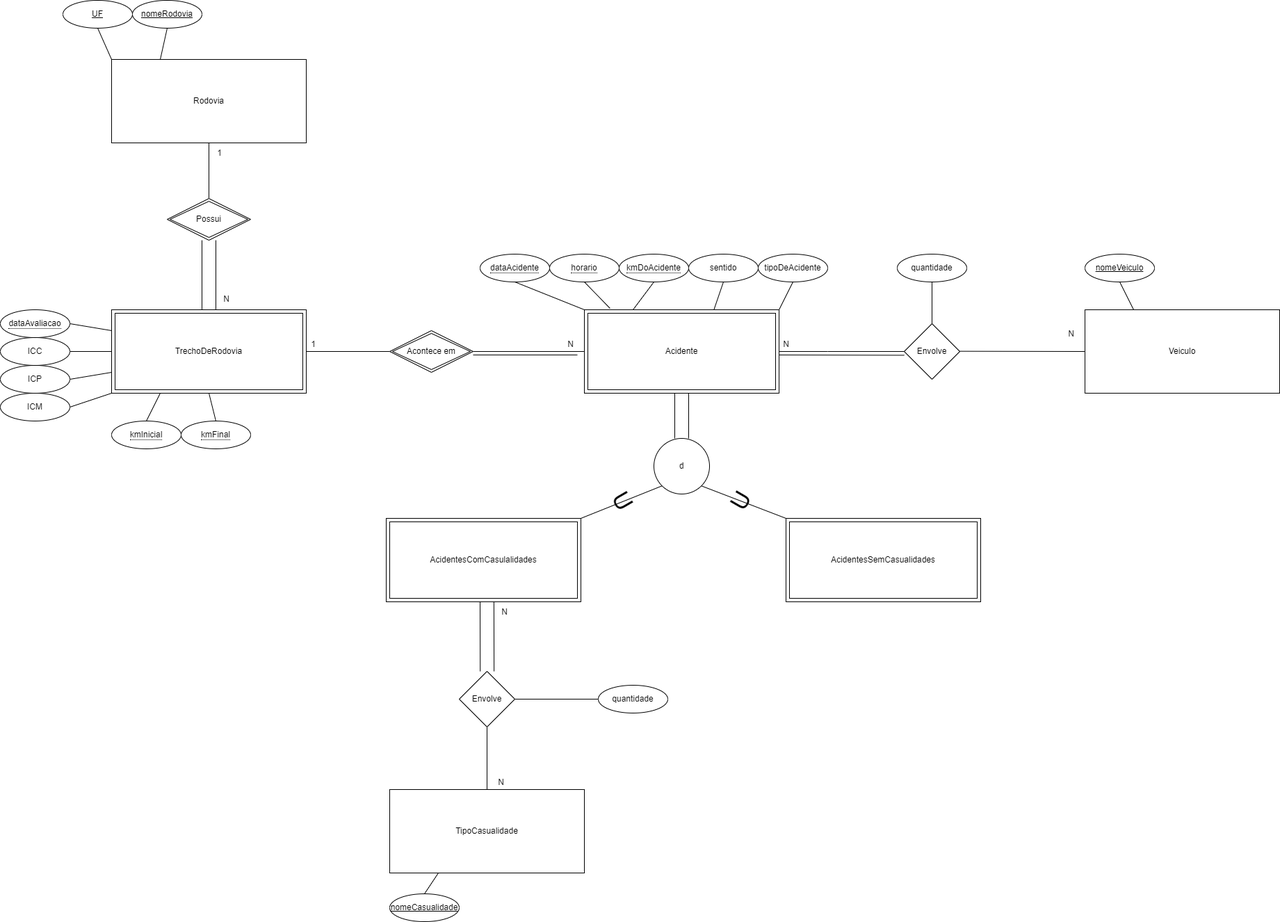
rmshimomura/Road-accidents-analysis keeps this draw.io diagram as Modelos/Modelo entidade relacionamento.png. Above is the earlier version. Source tidied: cells renumbered, new cells last; positions are measured from the earlier drawing's top-left corner, leaving out a move shared by most shapes.
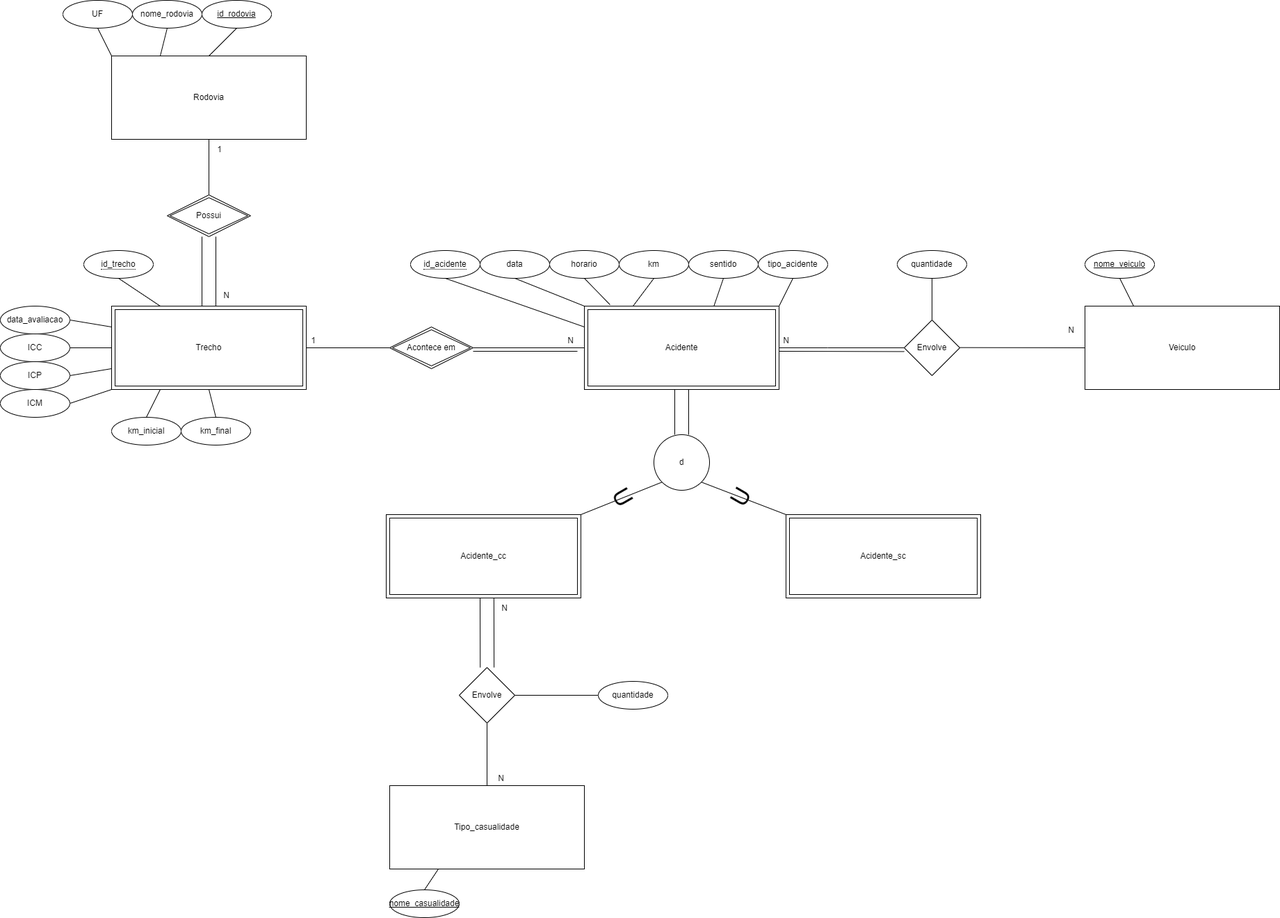
Later version of the same file.

Diff of the diagram source:
```diff
@@ -13,7 +13,7 @@
         </Array>
       </mxGeometry>
     </mxCell>
-    <mxCell id="4" style="edgeStyle=none;rounded=0;jettySize=auto;html=1;exitX=0.5;exitY=1;exitDx=0;exitDy=0;entryX=0;entryY=0;entryDx=0;entryDy=0;endArrow=none;endFill=0;" parent="1" edge="1" source="65">
+    <mxCell id="4" style="edgeStyle=none;rounded=0;jettySize=auto;html=1;exitX=0.5;exitY=1;exitDx=0;exitDy=0;entryX=0;entryY=0;entryDx=0;entryDy=0;endArrow=none;endFill=0;" parent="1" edge="1" source="83">
       <mxGeometry relative="1" as="geometry">
         <mxPoint x="840" y="445" as="targetPoint" />
       </mxGeometry>
@@ -23,7 +23,7 @@
         <mxPoint x="877" y="443.1" as="targetPoint" />
       </mxGeometry>
     </mxCell>
-    <mxCell id="6" style="edgeStyle=none;rounded=0;jettySize=auto;html=1;exitX=0.5;exitY=1;exitDx=0;exitDy=0;entryX=0.25;entryY=0;entryDx=0;entryDy=0;endArrow=none;endFill=0;" parent="1" edge="1" source="67">
+    <mxCell id="6" style="edgeStyle=none;rounded=0;jettySize=auto;html=1;exitX=0.5;exitY=1;exitDx=0;exitDy=0;entryX=0.25;entryY=0;entryDx=0;entryDy=0;endArrow=none;endFill=0;" parent="1" edge="1" source="82">
       <mxGeometry relative="1" as="geometry">
         <mxPoint x="910" y="445" as="targetPoint" />
       </mxGeometry>
@@ -74,7 +74,7 @@
     <mxCell id="17" style="edgeStyle=none;rounded=0;jettySize=auto;html=1;exitX=0.5;exitY=1;exitDx=0;exitDy=0;entryX=0.25;entryY=0;entryDx=0;entryDy=0;endArrow=none;endFill=0;" parent="1" edge="1" source="18" target="14">
       <mxGeometry relative="1" as="geometry" />
     </mxCell>
-    <mxCell id="18" value="nomeVeiculo" style="ellipse;whiteSpace=wrap;html=1;align=center;fontStyle=4;" parent="1" vertex="1">
+    <mxCell id="18" value="nome_veiculo" style="ellipse;whiteSpace=wrap;html=1;align=center;fontStyle=4;" parent="1" vertex="1">
       <mxGeometry x="1560" y="365" width="100" height="40" as="geometry" />
     </mxCell>
     <mxCell id="19" style="edgeStyle=none;rounded=0;jettySize=auto;html=1;exitX=0.5;exitY=1;exitDx=0;exitDy=0;entryX=0.5;entryY=0;entryDx=0;entryDy=0;endArrow=none;endFill=0;" parent="1" edge="1" source="20" target="15">
@@ -103,7 +103,7 @@
     <mxCell id="26" value="Envolve" style="rhombus;whiteSpace=wrap;html=1;" parent="1" vertex="1">
       <mxGeometry x="660" y="965" width="80" height="80" as="geometry" />
     </mxCell>
-    <mxCell id="27" value="TipoCasualidade" style="whiteSpace=wrap;html=1;align=center;" parent="1" vertex="1">
+    <mxCell id="27" value="Tipo_casualidade" style="whiteSpace=wrap;html=1;align=center;" parent="1" vertex="1">
       <mxGeometry x="560" y="1135" width="280" height="120" as="geometry" />
     </mxCell>
     <mxCell id="28" style="edgeStyle=none;rounded=0;orthogonalLoop=1;jettySize=auto;html=1;endArrow=none;endFill=0;" parent="1" edge="1">
@@ -121,7 +121,7 @@
     <mxCell id="30" style="edgeStyle=none;rounded=0;jettySize=auto;html=1;exitX=0.5;exitY=0;exitDx=0;exitDy=0;entryX=0.25;entryY=1;entryDx=0;entryDy=0;endArrow=none;endFill=0;" parent="1" edge="1" source="31" target="27">
       <mxGeometry relative="1" as="geometry" />
     </mxCell>
-    <mxCell id="31" value="nomeCasualidade" style="ellipse;whiteSpace=wrap;html=1;align=center;fontStyle=4;" parent="1" vertex="1">
+    <mxCell id="31" value="nome_casualidade" style="ellipse;whiteSpace=wrap;html=1;align=center;fontStyle=4;" parent="1" vertex="1">
       <mxGeometry x="560" y="1285" width="100" height="40" as="geometry" />
     </mxCell>
     <mxCell id="32" value="Acidente" style="shape=ext;margin=3;double=1;whiteSpace=wrap;html=1;align=center;" parent="1" vertex="1">
@@ -130,22 +130,19 @@
     <mxCell id="33" style="edgeStyle=none;rounded=0;jettySize=auto;html=1;endArrow=none;endFill=0;entryX=0.5;entryY=0;entryDx=0;entryDy=0;" parent="1" edge="1" source="34" target="40">
       <mxGeometry relative="1" as="geometry" />
     </mxCell>
+    <mxCell id="74" style="edgeStyle=none;html=1;exitX=0.5;exitY=0;exitDx=0;exitDy=0;entryX=0.5;entryY=1;entryDx=0;entryDy=0;endArrow=none;endFill=0;" parent="1" edge="1" source="34" target="76">
+      <mxGeometry relative="1" as="geometry" />
+    </mxCell>
     <mxCell id="34" value="Rodovia" style="whiteSpace=wrap;html=1;align=center;" parent="1" vertex="1">
       <mxGeometry x="160" y="85" width="280" height="120" as="geometry" />
     </mxCell>
     <mxCell id="35" style="edgeStyle=none;rounded=0;jettySize=auto;html=1;exitX=0.5;exitY=1;exitDx=0;exitDy=0;entryX=0;entryY=0;entryDx=0;entryDy=0;endArrow=none;endFill=0;" parent="1" edge="1" source="36" target="34">
       <mxGeometry relative="1" as="geometry" />
     </mxCell>
-    <mxCell id="36" value="UF" style="ellipse;whiteSpace=wrap;html=1;align=center;fontStyle=4;" parent="1" vertex="1">
-      <mxGeometry x="90" width="100" height="40" as="geometry" />
-    </mxCell>
-    <mxCell id="37" style="edgeStyle=none;rounded=0;jettySize=auto;html=1;exitX=0.5;exitY=1;exitDx=0;exitDy=0;entryX=0.25;entryY=0;entryDx=0;entryDy=0;endArrow=none;endFill=0;" parent="1" edge="1" source="38" target="34">
+    <mxCell id="37" style="edgeStyle=none;rounded=0;jettySize=auto;html=1;exitX=0.5;exitY=1;exitDx=0;exitDy=0;entryX=0.25;entryY=0;entryDx=0;entryDy=0;endArrow=none;endFill=0;" parent="1" edge="1" source="75" target="34">
       <mxGeometry relative="1" as="geometry" />
     </mxCell>
-    <mxCell id="38" value="nomeRodovia" style="ellipse;whiteSpace=wrap;html=1;align=center;fontStyle=4;" parent="1" vertex="1">
-      <mxGeometry x="190" width="100" height="40" as="geometry" />
-    </mxCell>
-    <mxCell id="39" value="TrechoDeRodovia" style="shape=ext;margin=3;double=1;whiteSpace=wrap;html=1;align=center;" parent="1" vertex="1">
+    <mxCell id="39" value="Trecho" style="shape=ext;margin=3;double=1;whiteSpace=wrap;html=1;align=center;" parent="1" vertex="1">
       <mxGeometry x="160" y="445" width="280" height="120" as="geometry" />
     </mxCell>
     <mxCell id="40" value="Possui" style="shape=rhombus;double=1;perimeter=rhombusPerimeter;whiteSpace=wrap;html=1;align=center;" parent="1" vertex="1">
@@ -190,19 +187,13 @@
     <mxCell id="50" value="1" style="text;html=1;align=center;verticalAlign=middle;strokeColor=none;fillColor=none;" parent="1" vertex="1">
       <mxGeometry x="435" y="480" width="30" height="30" as="geometry" />
     </mxCell>
-    <mxCell id="51" style="edgeStyle=none;rounded=0;jettySize=auto;html=1;exitX=0.5;exitY=0;exitDx=0;exitDy=0;entryX=0.25;entryY=1;entryDx=0;entryDy=0;endArrow=none;endFill=0;" parent="1" edge="1" source="52" target="39">
+    <mxCell id="51" style="edgeStyle=none;rounded=0;jettySize=auto;html=1;exitX=0.5;exitY=0;exitDx=0;exitDy=0;entryX=0.25;entryY=1;entryDx=0;entryDy=0;endArrow=none;endFill=0;" parent="1" edge="1" source="78" target="39">
       <mxGeometry relative="1" as="geometry" />
     </mxCell>
-    <mxCell id="52" value="&lt;span style=&quot;border-bottom: 1px dotted&quot;&gt;kmInicial&lt;/span&gt;" style="ellipse;whiteSpace=wrap;html=1;align=center;" parent="1" vertex="1">
-      <mxGeometry x="160" y="605" width="100" height="40" as="geometry" />
-    </mxCell>
-    <mxCell id="53" style="edgeStyle=none;rounded=0;jettySize=auto;html=1;exitX=0.5;exitY=0;exitDx=0;exitDy=0;entryX=0.5;entryY=1;entryDx=0;entryDy=0;endArrow=none;endFill=0;" parent="1" edge="1" source="54" target="39">
+    <mxCell id="53" style="edgeStyle=none;rounded=0;jettySize=auto;html=1;exitX=0.5;exitY=0;exitDx=0;exitDy=0;entryX=0.5;entryY=1;entryDx=0;entryDy=0;endArrow=none;endFill=0;" parent="1" edge="1" source="79" target="39">
       <mxGeometry relative="1" as="geometry" />
     </mxCell>
-    <mxCell id="54" value="&lt;span style=&quot;border-bottom: 1px dotted&quot;&gt;kmFinal&lt;/span&gt;" style="ellipse;whiteSpace=wrap;html=1;align=center;" parent="1" vertex="1">
-      <mxGeometry x="260" y="605" width="100" height="40" as="geometry" />
-    </mxCell>
-    <mxCell id="55" style="edgeStyle=none;rounded=0;jettySize=auto;html=1;exitX=1;exitY=0.5;exitDx=0;exitDy=0;entryX=0;entryY=0.25;entryDx=0;entryDy=0;endArrow=none;endFill=0;" parent="1" edge="1" source="73" target="39">
+    <mxCell id="55" style="edgeStyle=none;rounded=0;jettySize=auto;html=1;exitX=1;exitY=0.5;exitDx=0;exitDy=0;entryX=0;entryY=0.25;entryDx=0;entryDy=0;endArrow=none;endFill=0;" parent="1" edge="1" source="77" target="39">
       <mxGeometry relative="1" as="geometry" />
     </mxCell>
     <mxCell id="56" style="edgeStyle=none;rounded=0;jettySize=auto;html=1;exitX=1;exitY=0.5;exitDx=0;exitDy=0;entryX=0;entryY=0.5;entryDx=0;entryDy=0;endArrow=none;endFill=0;" parent="1" edge="1" source="57" target="39">
@@ -232,19 +223,10 @@
     <mxCell id="64" value="quantidade" style="ellipse;whiteSpace=wrap;html=1;align=center;" parent="1" vertex="1">
       <mxGeometry x="860" y="985" width="100" height="40" as="geometry" />
     </mxCell>
-    <mxCell id="65" value="&lt;span style=&quot;border-bottom: 1px dotted&quot;&gt;dataAcidente&lt;/span&gt;" style="ellipse;whiteSpace=wrap;html=1;align=center;" parent="1" vertex="1">
-      <mxGeometry x="690" y="365" width="100" height="40" as="geometry" />
-    </mxCell>
-    <mxCell id="66" value="&lt;span style=&quot;border-bottom: 1px dotted&quot;&gt;horario&lt;/span&gt;" style="ellipse;whiteSpace=wrap;html=1;align=center;" parent="1" vertex="1">
-      <mxGeometry x="790" y="365" width="100" height="40" as="geometry" />
-    </mxCell>
-    <mxCell id="67" value="&lt;span style=&quot;border-bottom: 1px dotted&quot;&gt;kmDoAcidente&lt;/span&gt;" style="ellipse;whiteSpace=wrap;html=1;align=center;" parent="1" vertex="1">
-      <mxGeometry x="890" y="365" width="100" height="40" as="geometry" />
-    </mxCell>
-    <mxCell id="68" value="AcidentesSemCasualidades" style="shape=ext;margin=3;double=1;whiteSpace=wrap;html=1;align=center;" parent="1" vertex="1">
+    <mxCell id="68" value="Acidente_sc" style="shape=ext;margin=3;double=1;whiteSpace=wrap;html=1;align=center;" parent="1" vertex="1">
       <mxGeometry x="1130" y="745" width="280" height="120" as="geometry" />
     </mxCell>
-    <mxCell id="69" value="AcidentesComCasulalidades" style="shape=ext;margin=3;double=1;whiteSpace=wrap;html=1;align=center;" parent="1" vertex="1">
+    <mxCell id="69" value="Acidente_cc" style="shape=ext;margin=3;double=1;whiteSpace=wrap;html=1;align=center;" parent="1" vertex="1">
       <mxGeometry x="555" y="745" width="280" height="120" as="geometry" />
     </mxCell>
     <mxCell id="70" value="U" style="text;html=1;align=center;verticalAlign=middle;strokeColor=none;fillColor=none;rotation=-60;fontSize=34;" parent="1" vertex="1">
@@ -253,11 +235,47 @@
     <mxCell id="71" value="sentido" style="ellipse;whiteSpace=wrap;html=1;align=center;" parent="1" vertex="1">
       <mxGeometry x="990" y="365" width="100" height="40" as="geometry" />
     </mxCell>
-    <mxCell id="72" value="tipoDeAcidente" style="ellipse;whiteSpace=wrap;html=1;align=center;" parent="1" vertex="1">
+    <mxCell id="72" value="tipo_acidente" style="ellipse;whiteSpace=wrap;html=1;align=center;" parent="1" vertex="1">
       <mxGeometry x="1090" y="365" width="100" height="40" as="geometry" />
     </mxCell>
-    <mxCell id="73" value="&lt;span style=&quot;border-bottom: 1px dotted&quot;&gt;dataAvaliacao&lt;/span&gt;" style="ellipse;whiteSpace=wrap;html=1;align=center;" parent="1" vertex="1">
-      <mxGeometry y="445" width="100" height="40" as="geometry" />
-    </mxCell>
+    <mxCell id="36" value="UF" style="ellipse;whiteSpace=wrap;html=1;align=center;" parent="1" vertex="1">
+      <mxGeometry x="90" y="5" width="100" height="40" as="geometry" />
+    </mxCell>
+    <mxCell id="75" value="nome_rodovia" style="ellipse;whiteSpace=wrap;html=1;align=center;" parent="1" vertex="1">
+      <mxGeometry x="190" y="5" width="100" height="40" as="geometry" />
+    </mxCell>
+    <mxCell id="76" value="id_rodovia" style="ellipse;whiteSpace=wrap;html=1;align=center;fontStyle=4;" parent="1" vertex="1">
+      <mxGeometry x="290" y="5" width="100" height="40" as="geometry" />
+    </mxCell>
+    <mxCell id="77" value="data_avaliacao" style="ellipse;whiteSpace=wrap;html=1;align=center;" parent="1" vertex="1">
+      <mxGeometry y="445" width="100" height="40" as="geometry" />
+    </mxCell>
+    <mxCell id="78" value="km_inicial" style="ellipse;whiteSpace=wrap;html=1;align=center;" parent="1" vertex="1">
+      <mxGeometry x="160" y="605" width="100" height="40" as="geometry" />
+    </mxCell>
+    <mxCell id="79" value="km_final" style="ellipse;whiteSpace=wrap;html=1;align=center;" parent="1" vertex="1">
+      <mxGeometry x="260" y="605" width="100" height="40" as="geometry" />
+    </mxCell>
+    <mxCell id="80" style="edgeStyle=none;html=1;exitX=0.5;exitY=1;exitDx=0;exitDy=0;entryX=0.25;entryY=0;entryDx=0;entryDy=0;endArrow=none;endFill=0;" parent="1" edge="1" source="81" target="39">
+      <mxGeometry relative="1" as="geometry" />
+    </mxCell>
+    <mxCell id="81" value="&lt;span style=&quot;border-bottom: 1px dotted&quot;&gt;id_trecho&lt;/span&gt;" style="ellipse;whiteSpace=wrap;html=1;align=center;" parent="1" vertex="1">
+      <mxGeometry x="120" y="365" width="100" height="40" as="geometry" />
+    </mxCell>
+    <mxCell id="82" value="km" style="ellipse;whiteSpace=wrap;html=1;align=center;" parent="1" vertex="1">
+      <mxGeometry x="890" y="365" width="100" height="40" as="geometry" />
+    </mxCell>
+    <mxCell id="66" value="horario" style="ellipse;whiteSpace=wrap;html=1;align=center;" parent="1" vertex="1">
+      <mxGeometry x="790" y="365" width="100" height="40" as="geometry" />
+    </mxCell>
+    <mxCell id="83" value="data" style="ellipse;whiteSpace=wrap;html=1;align=center;" parent="1" vertex="1">
+      <mxGeometry x="690" y="365" width="100" height="40" as="geometry" />
+    </mxCell>
+    <mxCell id="84" style="edgeStyle=none;html=1;exitX=0.5;exitY=1;exitDx=0;exitDy=0;entryX=0;entryY=0.25;entryDx=0;entryDy=0;endArrow=none;endFill=0;" parent="1" edge="1" source="85" target="32">
+      <mxGeometry relative="1" as="geometry" />
+    </mxCell>
+    <mxCell id="85" value="&lt;span style=&quot;border-bottom: 1px dotted&quot;&gt;id_acidente&lt;/span&gt;" style="ellipse;whiteSpace=wrap;html=1;align=center;" parent="1" vertex="1">
+      <mxGeometry x="590" y="365" width="100" height="40" as="geometry" />
+    </mxCell>
   </root>
 </mxGraphModel>
```
